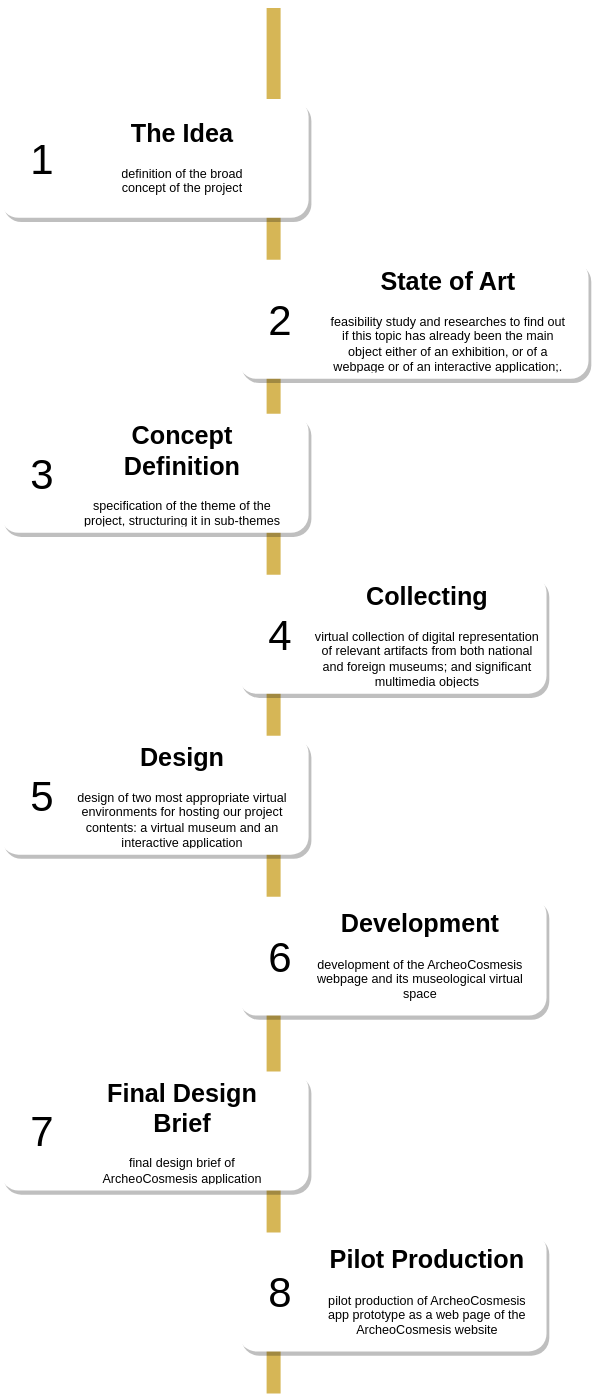
This is img_home/workflow-Page-1.svg from bologna-massacre-in-lod/archeocosmesis.github.io, a draw.io export, as it was before one commit. Source tidied: cells renumbered, new cells last; positions are measured from the earlier drawing's top-left corner, leaving out a move shared by most shapes.
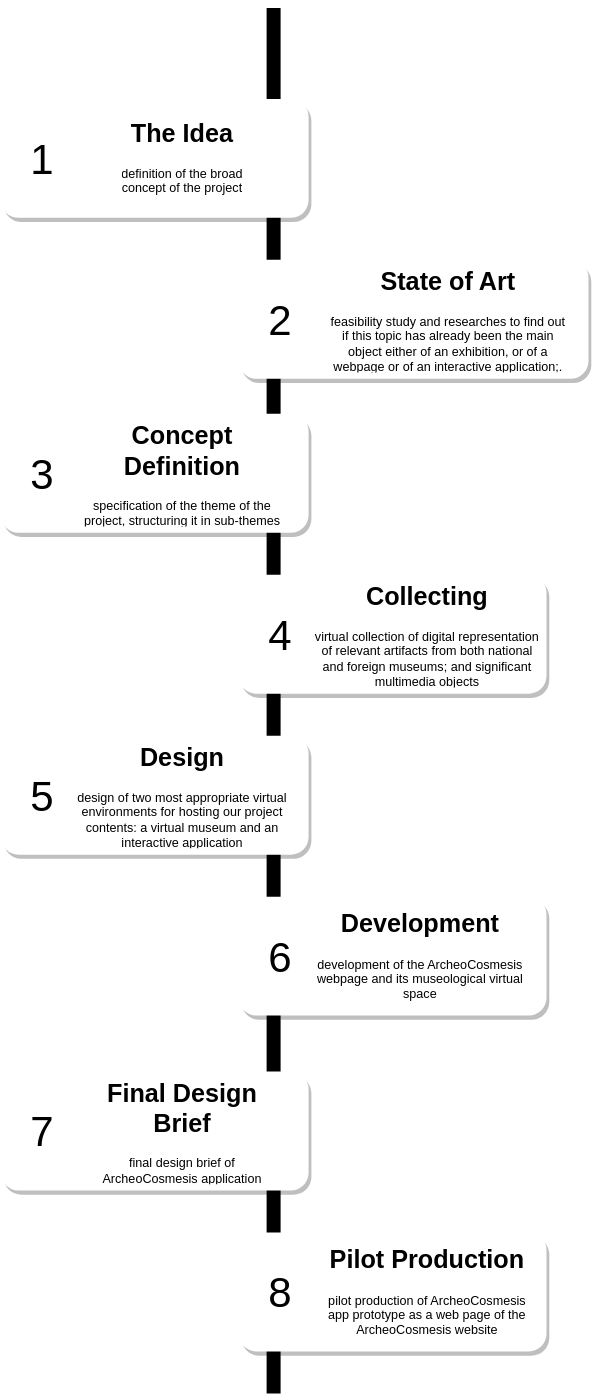
After the change.

The edit, as a diff of the source:
```diff
@@ -2,7 +2,7 @@
   <root>
     <mxCell id="0" />
     <mxCell id="1" parent="0" />
-    <mxCell id="2" style="line;strokeWidth=10;direction=south;html=1;fillColor=#fff2cc;fontSize=13;align=center;rounded=1;strokeColor=#d6b656;" parent="1" vertex="1">
+    <mxCell id="2" style="line;strokeWidth=10;direction=south;html=1;fontSize=13;align=center;rounded=1;fillColor=#000000;" parent="1" vertex="1">
       <mxGeometry x="190" width="10" height="990" as="geometry" />
     </mxCell>
     <mxCell id="3" style="whiteSpace=wrap;html=1;strokeColor=none;strokeWidth=1;fontSize=13;align=center;gradientDirection=east;verticalAlign=top;shadow=1;rounded=1;" parent="1" vertex="1">
```
